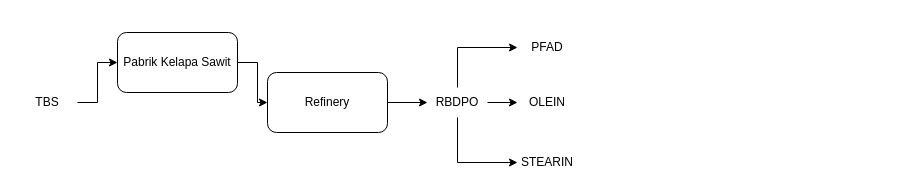
Before: Copy of Pemanfaatan Biofuel.drawio in ariesharry/Diagrams, a draw.io diagram. Source tidied: cells renumbered, new cells numbered last; positions are measured from the earlier drawing's top-left corner, leaving out a move shared by most shapes. Both pictures are drawn from the tidied source at 100%, with x=0, y=0 at pixel (17, 32).
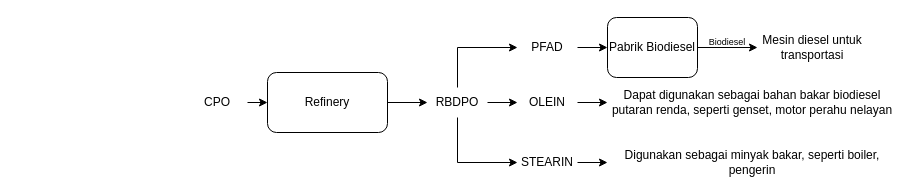
The same page after the edit.

The change refers to these unchanged cells:
```xml
<mxCell id="5" value="Refinery" style="rounded=1;whiteSpace=wrap;html=1;" parent="1" vertex="1">
  <mxGeometry x="250" y="40" width="120" height="60" as="geometry" />
</mxCell>
<mxCell id="12" value="OLEIN" style="text;html=1;strokeColor=none;fillColor=none;align=center;verticalAlign=middle;whiteSpace=wrap;rounded=0;" parent="1" vertex="1">
  <mxGeometry x="500" y="55" width="60" height="30" as="geometry" />
</mxCell>
<mxCell id="13" value="PFAD" style="text;html=1;strokeColor=none;fillColor=none;align=center;verticalAlign=middle;whiteSpace=wrap;rounded=0;" parent="1" vertex="1">
  <mxGeometry x="500" width="60" height="30" as="geometry" />
</mxCell>
<mxCell id="14" value="STEARIN" style="text;html=1;strokeColor=none;fillColor=none;align=center;verticalAlign=middle;whiteSpace=wrap;rounded=0;" parent="1" vertex="1">
  <mxGeometry x="500" y="115" width="60" height="30" as="geometry" />
</mxCell>
```

What changed in the source:
```diff
@@
-    <mxCell id="2" style="edgeStyle=orthogonalEdgeStyle;rounded=0;jettySize=auto;html=1;exitX=1;exitY=0.5;exitDx=0;exitDy=0;entryX=0;entryY=0.5;entryDx=0;entryDy=0;" parent="1" edge="1" source="3" target="5">
-      <mxGeometry relative="1" as="geometry" />
-    </mxCell>
-    <mxCell id="3" value="Pabrik Kelapa Sawit" style="rounded=1;whiteSpace=wrap;html=1;" parent="1" vertex="1">
-      <mxGeometry x="100" width="120" height="60" as="geometry" />
-    </mxCell>
@@
-    <mxCell id="6" style="edgeStyle=orthogonalEdgeStyle;rounded=0;jettySize=auto;html=1;exitX=1;exitY=0.5;exitDx=0;exitDy=0;entryX=0;entryY=0.5;entryDx=0;entryDy=0;" parent="1" edge="1" source="7" target="3">
-      <mxGeometry relative="1" as="geometry" />
-    </mxCell>
+    <mxCell id="15" style="edgeStyle=orthogonalEdgeStyle;rounded=0;jettySize=auto;html=1;exitX=1;exitY=0.5;exitDx=0;exitDy=0;entryX=0;entryY=0.5;entryDx=0;entryDy=0;" parent="1" edge="1" source="7" target="5">
+      <mxGeometry relative="1" as="geometry" />
+    </mxCell>
-    <mxCell id="7" value="TBS" style="text;html=1;strokeColor=none;fillColor=none;align=center;verticalAlign=middle;whiteSpace=wrap;rounded=0;" parent="1" vertex="1">
-      <mxGeometry y="55" width="60" height="30" as="geometry" />
+    <mxCell id="7" value="CPO" style="text;html=1;strokeColor=none;fillColor=none;align=center;verticalAlign=middle;whiteSpace=wrap;rounded=0;" parent="1" vertex="1">
+      <mxGeometry x="170" y="55" width="60" height="30" as="geometry" />
     </mxCell>
@@
+    <mxCell id="16" style="edgeStyle=orthogonalEdgeStyle;rounded=0;jettySize=auto;html=1;exitX=1;exitY=0.5;exitDx=0;exitDy=0;entryX=0;entryY=0.5;entryDx=0;entryDy=0;fontSize=9;" parent="1" edge="1" source="12" target="23">
+      <mxGeometry relative="1" as="geometry" />
+    </mxCell>
@@
+    <mxCell id="17" style="edgeStyle=orthogonalEdgeStyle;rounded=0;jettySize=auto;html=1;exitX=1;exitY=0.5;exitDx=0;exitDy=0;entryX=0;entryY=0.5;entryDx=0;entryDy=0;" parent="1" edge="1" source="13" target="20">
+      <mxGeometry relative="1" as="geometry" />
+    </mxCell>
@@
+    <mxCell id="18" style="edgeStyle=orthogonalEdgeStyle;rounded=0;jettySize=auto;html=1;exitX=1;exitY=0.5;exitDx=0;exitDy=0;fontSize=9;" parent="1" edge="1" source="14" target="24">
+      <mxGeometry relative="1" as="geometry" />
+    </mxCell>
@@
+    <mxCell id="19" style="edgeStyle=orthogonalEdgeStyle;rounded=0;jettySize=auto;html=1;exitX=1;exitY=0.5;exitDx=0;exitDy=0;entryX=0;entryY=0.5;entryDx=0;entryDy=0;fontSize=7;" parent="1" edge="1" source="20" target="21">
+      <mxGeometry relative="1" as="geometry" />
+    </mxCell>
+    <mxCell id="20" value="Pabrik Biodiesel" style="rounded=1;whiteSpace=wrap;html=1;" parent="1" vertex="1">
+      <mxGeometry x="590" y="-15" width="90" height="60" as="geometry" />
+    </mxCell>
+    <mxCell id="21" value="Mesin diesel untuk transportasi" style="text;html=1;strokeColor=none;fillColor=none;align=center;verticalAlign=middle;whiteSpace=wrap;rounded=0;" parent="1" vertex="1">
+      <mxGeometry x="740" width="110" height="30" as="geometry" />
+    </mxCell>
+    <mxCell id="22" value="Biodiesel" style="text;html=1;strokeColor=none;fillColor=none;align=center;verticalAlign=middle;whiteSpace=wrap;rounded=0;fontSize=9;" parent="1" vertex="1">
+      <mxGeometry x="690" width="40" height="20" as="geometry" />
+    </mxCell>
+    <mxCell id="23" value="Dapat digunakan sebagai bahan bakar biodiesel putaran renda, seperti genset, motor perahu nelayan" style="text;html=1;strokeColor=none;fillColor=none;align=center;verticalAlign=middle;whiteSpace=wrap;rounded=0;" parent="1" vertex="1">
+      <mxGeometry x="590" y="55" width="290" height="30" as="geometry" />
+    </mxCell>
+    <mxCell id="24" value="Digunakan sebagai minyak bakar, seperti boiler, pengerin" style="text;html=1;strokeColor=none;fillColor=none;align=center;verticalAlign=middle;whiteSpace=wrap;rounded=0;" parent="1" vertex="1">
+      <mxGeometry x="590" y="115" width="290" height="30" as="geometry" />
+    </mxCell>
```
